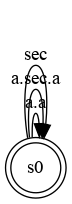
The Graphviz diagram Examples/CCSL_Primitives/sts/TernaryDelay0.dot.png in frederic-mallet/ccsl-sts, before a commit. Its source is kept beside it as Examples/CCSL_Primitives/sts/TernaryDelay0.dot.
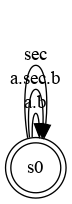
The same file after the commit.

The edit, as a diff of the source:
```diff
@@ -2,10 +2,10 @@
   rankdir="LR"
   s0 [ shape="doublecircle" ]
   s0->s0 [
-    label= "a.a"
+    label= "a.b"
   ] ;
   s0->s0 [
-    label= "a.sec.a"
+    label= "a.sec.b"
   ] ;
   s0->s0 [
     label= "sec"
```
